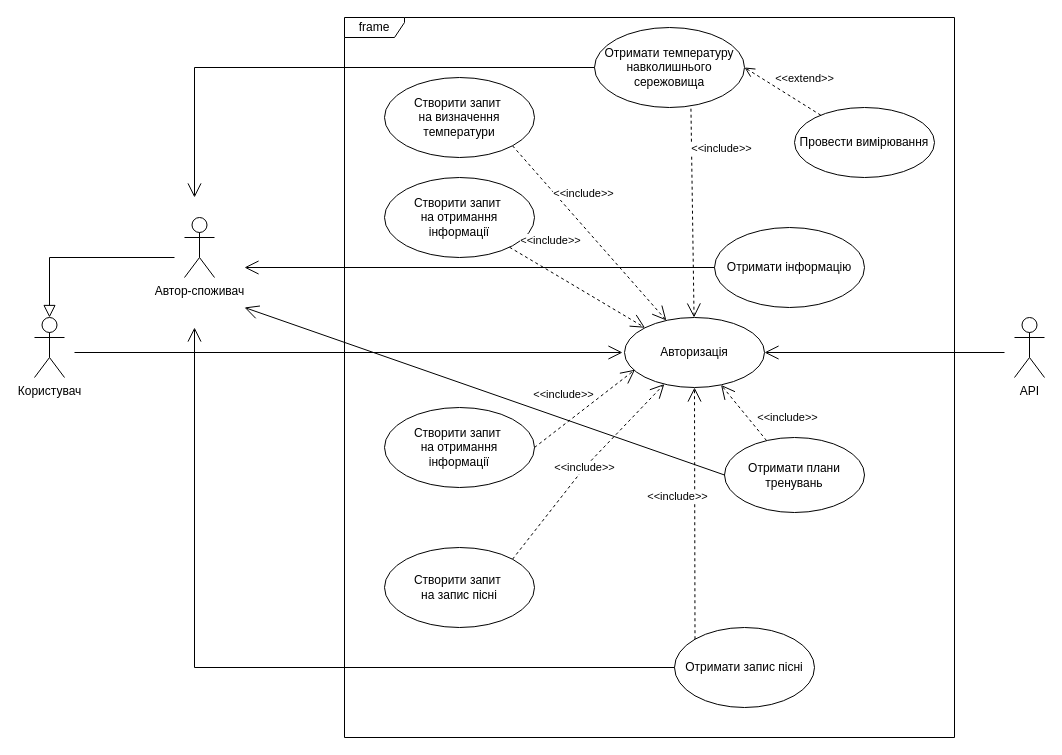
Above: 1.3-SoftwareUserRequirements/1.3.3-UseCaseDiagram/UseCase.drawio in oleksandrblazhko/ai204-kuminov (draw.io), before the change. Source tidied: cells renumbered, new cells numbered last; positions are measured from the earlier drawing's top-left corner, leaving out a move shared by most shapes. Both pictures are drawn from the tidied source at 100%, with x=0, y=0 at pixel (34, 17).
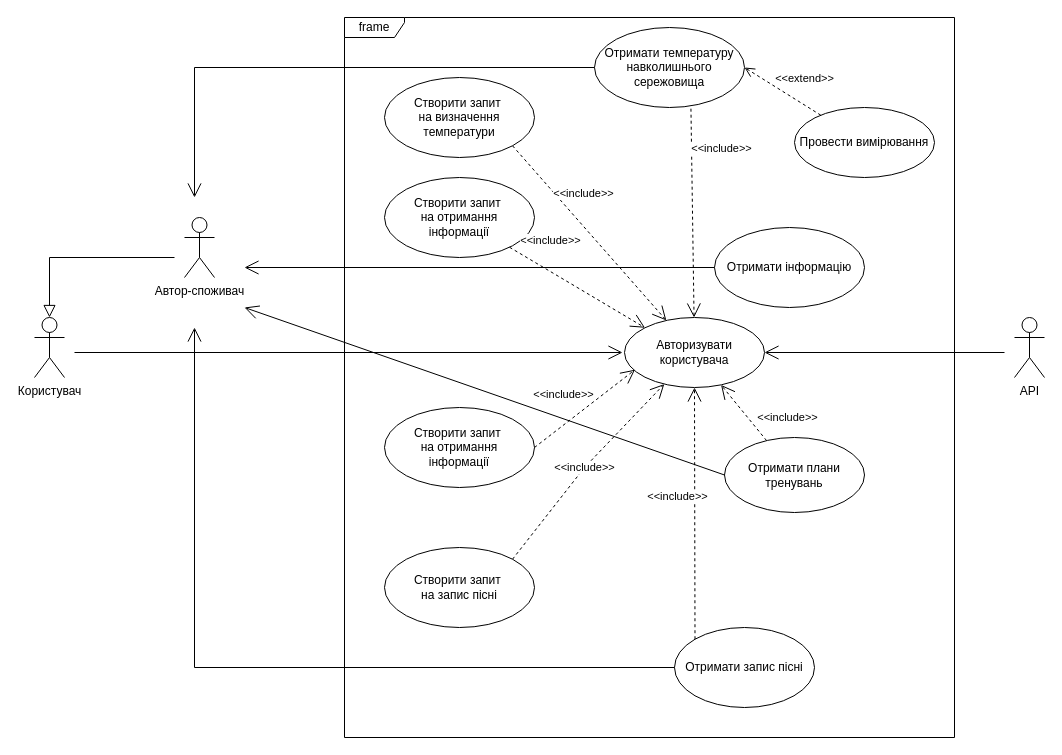
Above is the later version.

Change to the diagram source:
```diff
@@
-    <mxCell id="5" value="Авторизація" style="ellipse;whiteSpace=wrap;html=1;" parent="1" vertex="1">
+    <mxCell id="5" value="Авторизувати користувача" style="ellipse;whiteSpace=wrap;html=1;" parent="1" vertex="1">
       <mxGeometry x="590" y="300" width="140" height="70" as="geometry" />
     </mxCell>
```
